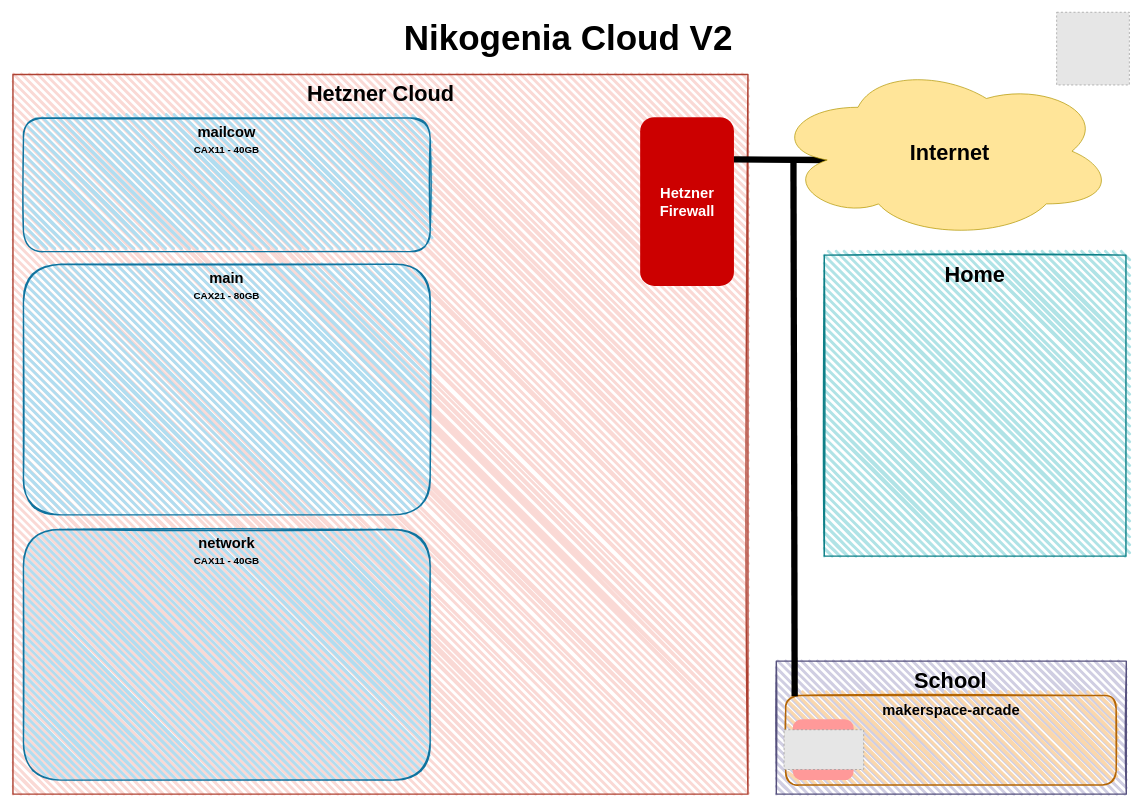
Before: Nikogenia Cloud V2.drawio in Nikogenia/Draw, a draw.io diagram. Source tidied: cells renumbered, new cells numbered last; positions are measured from the earlier drawing's top-left corner, leaving out a move shared by most shapes. Both pictures are drawn from the tidied source at 70%, with x=0, y=0 at pixel (13, 12). Pictures stored in the file or linked from it are replaced by grey dashed boxes.
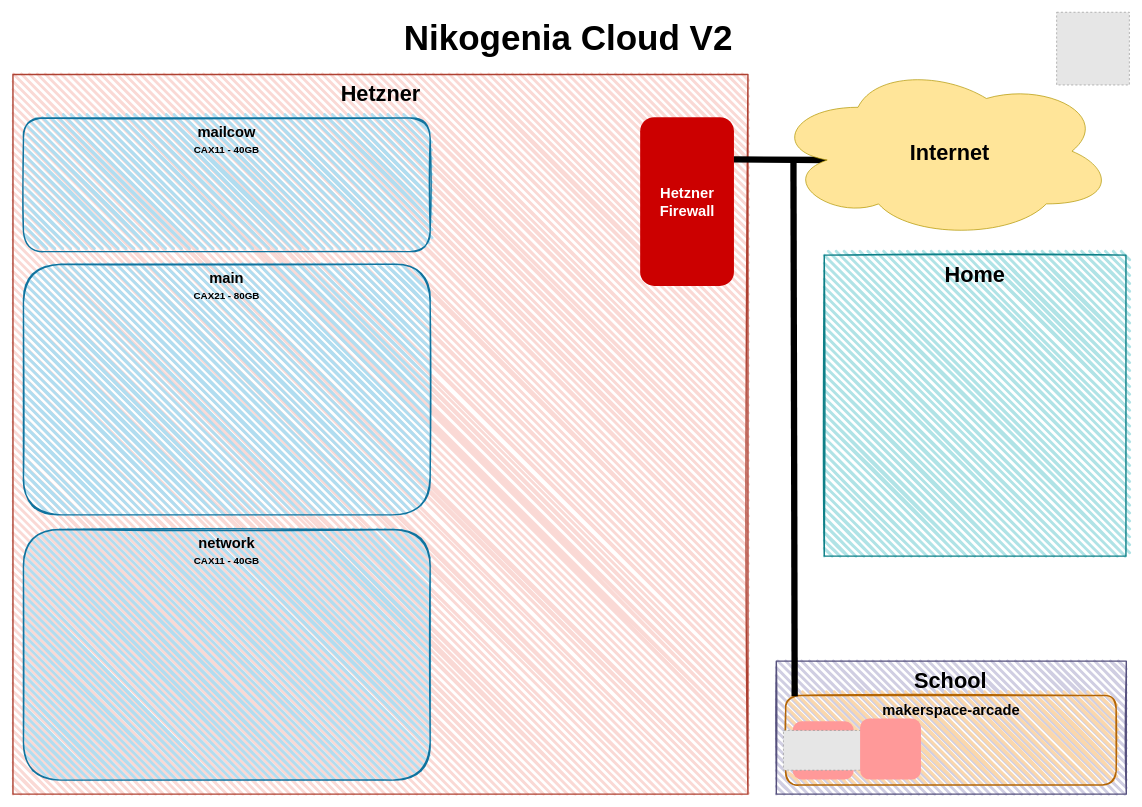
The same diagram, later.

Diff of the diagram source:
```diff
@@
-    <mxCell id="10" value="Hetzner Cloud" style="text;html=1;strokeColor=none;fillColor=none;align=center;verticalAlign=middle;whiteSpace=wrap;rounded=0;fontStyle=1;fontSize=31;" parent="1" vertex="1">
+    <mxCell id="10" value="Hetzner" style="text;html=1;strokeColor=none;fillColor=none;align=center;verticalAlign=middle;whiteSpace=wrap;rounded=0;fontStyle=1;fontSize=31;" parent="1" vertex="1">
       <mxGeometry x="392.8" y="102" width="264.5" height="30" as="geometry" />
     </mxCell>
@@
     <mxCell id="15" style="rounded=1;whiteSpace=wrap;html=1;strokeColor=none;fillColor=#FF9999;" parent="1" vertex="1">
-      <mxGeometry x="1114" y="1009.9" width="87" height="87" as="geometry" />
+      <mxGeometry x="1114" y="1013" width="87" height="82.9" as="geometry" />
     </mxCell>
     <mxCell id="16" style="fillColor=#E6E6E6;strokeColor=#999999;dashed=1;verticalLabelPosition=bottom;labelBackgroundColor=default;verticalAlign=top;" parent="1" vertex="1">
-      <mxGeometry x="1101.6" y="1025" width="113.7" height="56.8" as="geometry" />
+      <mxGeometry x="1100.7" y="1026" width="113.7" height="56.8" as="geometry" />
     </mxCell>
@@
+    <mxCell id="29" style="rounded=1;whiteSpace=wrap;html=1;strokeColor=none;fillColor=#FF9999;" parent="1" vertex="1">
+      <mxGeometry x="1210.2" y="1008.9" width="87" height="87" as="geometry" />
+    </mxCell>
```
